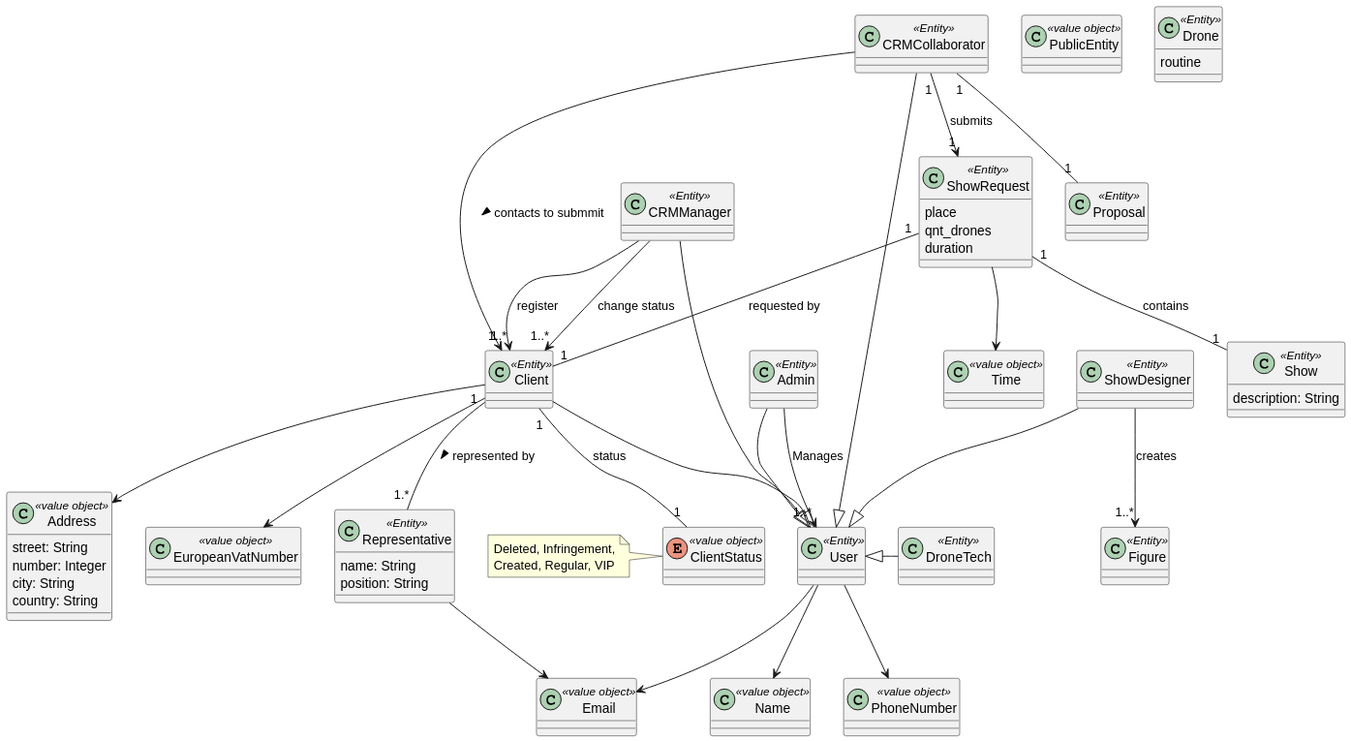
Above: docs/global_artifacts/analysis/images/domain_model.svg in diogoveirospro/sem4pi-2024-2025-sem4pi_2024_2025_g44 (PlantUML), before the change.
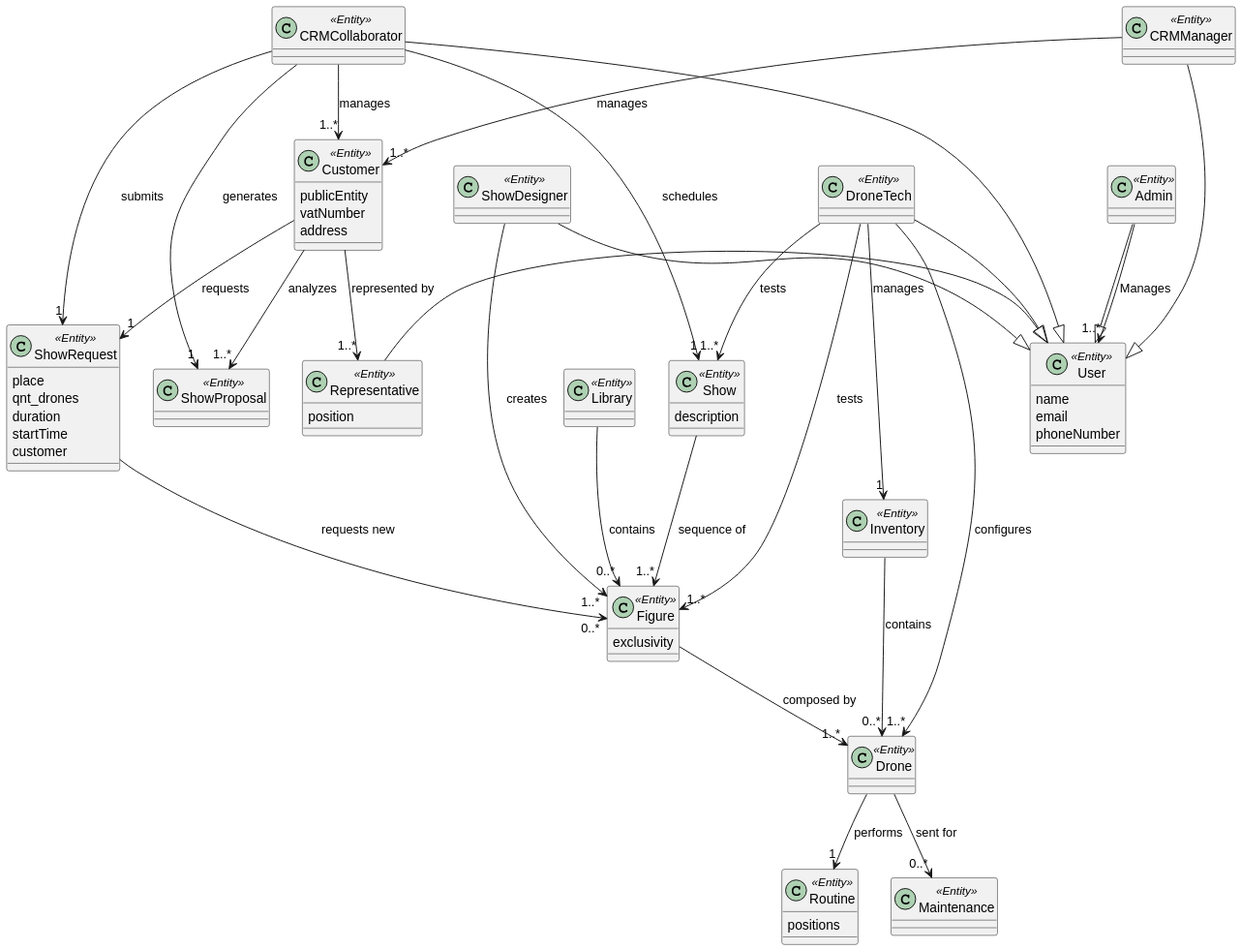
The same diagram one commit later.

Change to the diagram source:
```diff
@@ -1,50 +1,34 @@
 @startuml
-class Client <<Entity>>{
+class Customer <<Entity>>{
+    publicEntity
+    vatNumber
+    address
+}
+
+class Library <<Entity>>{
 
 }
 
-class PublicEntity <<value object>>{
+class Inventory <<Entity>>{
 
 }
 
-class Address <<value object>>{
-    street: String
-    number: Integer
-    city: String
-    country: String
+class Drone <<Entity>>{
+
 }
 
-class EuropeanVatNumber <<value object>>{
-}
-
-
-class Drone <<Entity>>{
-    routine
+class Routine <<Entity>>{
+    positions
 }
 
 class Figure <<Entity>>{
-
+    exclusivity
 }
 
-Enum ClientStatus <<value object>>{
-
-}
-
-note left of ClientStatus
-  Deleted, Infringement,
-  Created, Regular, VIP
-end note
-
 class User <<Entity>>{
-}
-
-class PhoneNumber <<value object>>{
-}
-
-class Name <<value object>>{
-}
-
-class Email <<value object>>{
+    name
+    email
+    phoneNumber
 }
 
 class Admin <<Entity>>{
@@ -64,15 +48,14 @@
 }
 
 class Representative <<Entity>>{
-    name: String
-    position: String
+    position
 }
 
 class Show <<Entity>>{
-    description: String
+    description
 }
 
-class Time <<value object>>{
+class Maintenance <<Entity>>{
 
 }
 
@@ -80,44 +63,57 @@
     place
     qnt_drones
     duration
-
+    startTime
+    customer
 }
 
-class Proposal <<Entity>>{
+class ShowProposal <<Entity>>{
 
 }
 
 
-Client --> EuropeanVatNumber
-Client --> Address
-Client --|> User
-CRMCollaborator  --> "1" Client :> contacts to submmit
-Client "1" -- "1.*" Representative :> represented by
-Client "1" -- "1" ClientStatus : status
+Customer  --> "1" ShowRequest : requests
+Customer  --> "1..*" Representative : represented by
+Customer --> "1..*" ShowProposal : analyzes
 
-ShowRequest "1" -- "1" Client : requested by
-ShowRequest "1" -- "1" Show : contains
-ShowRequest --> Time
+ShowRequest --> "0..*" Figure : requests new
 
 CRMManager -|> User
-CRMManager --> "1..*" Client: register
-CRMManager --> "1..*" Client: change status
+CRMManager --> "1..*" Customer: manages
 
 ShowDesigner --> "1..*" Figure: creates
 ShowDesigner --|> User
 
-CRMCollaborator "1" -- "1" Proposal
+
+CRMCollaborator  --> "1" ShowProposal: generates
 CRMCollaborator --|> User
-CRMCollaborator "1" --> "1" ShowRequest: submits
+CRMCollaborator  --> "1" ShowRequest: submits
+CRMCollaborator --> "1" Show : schedules
+CRMCollaborator --> "1..*" Customer: manages
 
 Admin --|> User
 Admin --> "1..*" User: Manages
 
-DroneTech -left|> User
+DroneTech -|> User
+DroneTech --> "1..*" Figure: tests
+DroneTech --> "1..*" Show: tests
+DroneTech --> "1" Inventory: manages
+DroneTech --> "1..*" Drone: configures
 
-User --> PhoneNumber
-User --> Name
-User --> Email
 
-Representative  -->  Email
+Representative -|> User
+
+Figure --> "1..*" Drone: composed by
+
+Show --> "1..*" Figure: sequence of
+
+Drone --> "1" Routine: performs
+Drone --> "0..*" Maintenance: sent for
+
+Library --> "0..*" Figure: contains
+
+Inventory --> "0..*" Drone: contains
+
+
+
 @enduml
```
